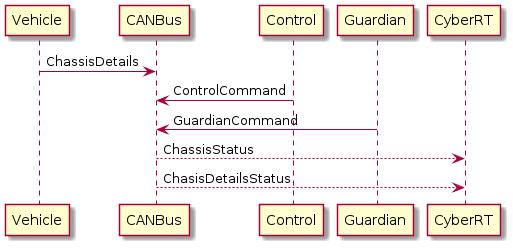
The PlantUML diagram build/pdf/images/plantUMLCANBus.png in rocko/ost_sisidm_2021_apollo, before a commit. The source it was exported from:
```plantuml
@startuml
!pragma graphviz_dot smetana
Vehicle -> CANBus: ChassisDetails
Control -> CANBus: ControlCommand
Guardian -> CANBus: GuardianCommand
CANBus --> CyberRT: ChassisStatus
CANBus --> CyberRT: ChasisDetailsStatus
@enduml
```
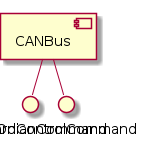
After the change.

Diff of the diagram source:
```diff
@@ -1,8 +1,6 @@
 @startuml
 !pragma graphviz_dot smetana
-Vehicle -> CANBus: ChassisDetails
-Control -> CANBus: ControlCommand
-Guardian -> CANBus: GuardianCommand
-CANBus --> CyberRT: ChassisStatus
-CANBus --> CyberRT: ChasisDetailsStatus
+
+[CANBus] -- OnGuardianCommand
+[CANBus] -- OnControlCommand
 @enduml
```
